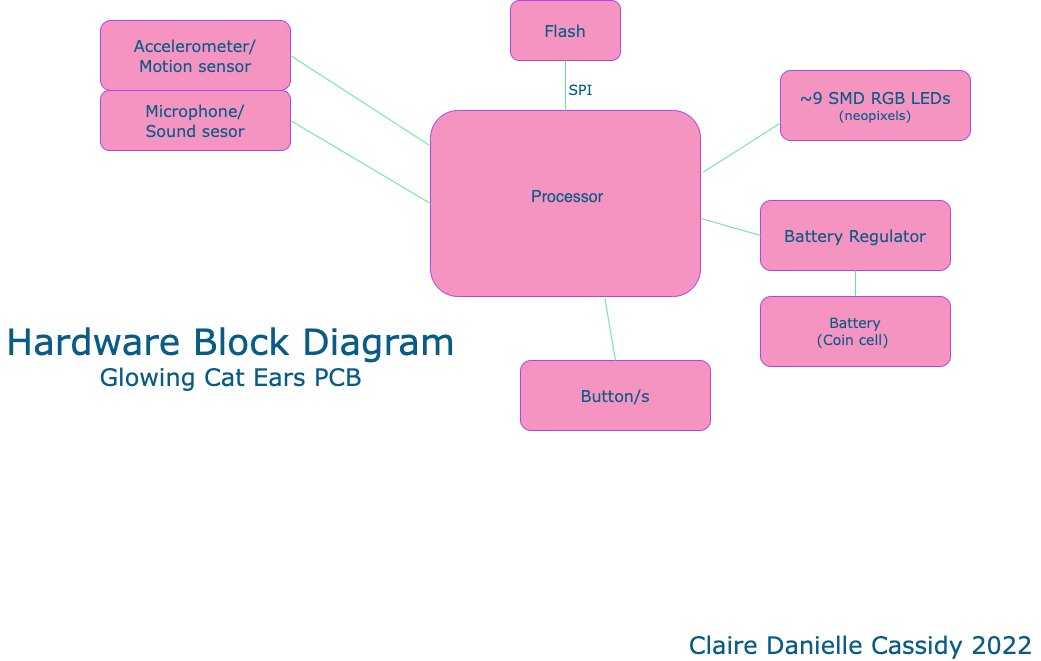
SlumberParty/claires-making-embedded-systems-coursework keeps this draw.io diagram as week-1-exercise/hardware-block-diagram-week-1.png. Above is the earlier version. Source tidied: cells renumbered, new cells last; positions are measured from the earlier drawing's top-left corner, leaving out a move shared by most shapes. The source it was exported from:
```xml
<mxGraphModel>
  <root>
    <mxCell id="0" />
    <mxCell id="1" parent="0" />
    <mxCell id="2" value="&lt;p style=&quot;text-align: center ; margin: 4px 0px 0px&quot;&gt;&lt;/p&gt;&lt;p style=&quot;text-align: center ; margin: 0px 0px 0px 4px&quot;&gt;&lt;font style=&quot;font-size: 14px&quot;&gt;&lt;br&gt;&lt;/font&gt;&lt;/p&gt;&lt;p style=&quot;text-align: center ; margin: 0px 0px 0px 4px&quot;&gt;&lt;font size=&quot;3&quot;&gt;&lt;br&gt;&lt;/font&gt;&lt;/p&gt;&lt;p style=&quot;text-align: center ; margin: 0px 0px 0px 4px&quot;&gt;&lt;font size=&quot;3&quot;&gt;&lt;br&gt;&lt;/font&gt;&lt;/p&gt;&lt;p style=&quot;text-align: center ; margin: 0px 0px 0px 4px&quot;&gt;&lt;span style=&quot;font-size: medium&quot;&gt;&lt;br&gt;&lt;/span&gt;&lt;/p&gt;&lt;p style=&quot;text-align: center ; margin: 0px 0px 0px 4px&quot;&gt;&lt;span style=&quot;font-size: medium&quot;&gt;Processor&lt;/span&gt;&lt;br&gt;&lt;/p&gt;" style="verticalAlign=top;align=left;overflow=fill;fontSize=12;fontFamily=Helvetica;html=1;rounded=1;shadow=0;comic=0;labelBackgroundColor=none;strokeWidth=1;fillColor=#F694C1;strokeColor=#AF45ED;fontColor=#095C86;" parent="1" vertex="1">
      <mxGeometry x="430" y="110" width="270" height="186" as="geometry" />
    </mxCell>
    <mxCell id="3" value="&lt;font size=&quot;3&quot;&gt;Accelerometer/&lt;br&gt;Motion sensor&lt;/font&gt;" style="rounded=1;whiteSpace=wrap;html=1;fontFamily=Verdana;fontSize=13;fillColor=#F694C1;strokeColor=#AF45ED;fontColor=#095C86;" parent="1" vertex="1">
      <mxGeometry x="100" y="20" width="190" height="70" as="geometry" />
    </mxCell>
    <mxCell id="4" style="endArrow=none;html=1;rounded=1;fontFamily=Verdana;fontSize=14;entryX=0;entryY=0.5;entryDx=0;entryDy=0;exitX=1;exitY=0.5;exitDx=0;exitDy=0;strokeColor=#60E696;fontColor=#095C86;" parent="1" edge="1" source="8" target="2">
      <mxGeometry relative="1" as="geometry" />
    </mxCell>
    <mxCell id="5" style="group;fontColor=#095C86;rounded=1;" parent="1" vertex="1">
      <mxGeometry x="560" y="80" width="40" height="20" as="geometry" />
    </mxCell>
    <mxCell id="6" style="endArrow=none;html=1;rounded=1;fontFamily=Verdana;fontSize=14;entryX=-0.005;entryY=0.186;entryDx=0;entryDy=0;entryPerimeter=0;exitX=1;exitY=0.5;exitDx=0;exitDy=0;strokeColor=#60E696;fontColor=#095C86;" parent="5" edge="1" source="3" target="2">
      <mxGeometry relative="1" as="geometry" />
    </mxCell>
    <mxCell id="7" value="SPI" style="text;html=1;align=center;verticalAlign=middle;strokeColor=none;fillColor=none;fontSize=14;fontFamily=Verdana;fontColor=#095C86;rounded=1;" parent="5" vertex="1">
      <mxGeometry width="40" height="20" as="geometry" />
    </mxCell>
    <mxCell id="8" value="&lt;font size=&quot;3&quot;&gt;Microphone/&lt;br&gt;Sound sesor&lt;br&gt;&lt;/font&gt;" style="rounded=1;whiteSpace=wrap;html=1;fontFamily=Verdana;fontSize=13;fillColor=#F694C1;strokeColor=#AF45ED;fontColor=#095C86;" parent="1" vertex="1">
      <mxGeometry x="100" y="90" width="190" height="60" as="geometry" />
    </mxCell>
    <mxCell id="9" value="&lt;font size=&quot;3&quot;&gt;Flash&lt;/font&gt;" style="rounded=1;whiteSpace=wrap;html=1;fontFamily=Verdana;fontSize=13;fillColor=#F694C1;strokeColor=#AF45ED;fontColor=#095C86;" parent="1" vertex="1">
      <mxGeometry x="510" width="110" height="60" as="geometry" />
    </mxCell>
    <mxCell id="10" value="&lt;font size=&quot;3&quot;&gt;~9 SMD RGB LEDs&lt;br&gt;&lt;/font&gt;(neopixels)" style="rounded=1;whiteSpace=wrap;html=1;fontFamily=Verdana;fontSize=13;fillColor=#F694C1;strokeColor=#AF45ED;fontColor=#095C86;" parent="1" vertex="1">
      <mxGeometry x="780" y="70" width="190" height="70" as="geometry" />
    </mxCell>
    <mxCell id="11" style="endArrow=none;html=1;rounded=1;fontFamily=Verdana;fontSize=14;entryX=0;entryY=0.75;entryDx=0;entryDy=0;exitX=1.01;exitY=0.332;exitDx=0;exitDy=0;exitPerimeter=0;strokeColor=#60E696;fontColor=#095C86;" parent="1" edge="1" source="2" target="10">
      <mxGeometry relative="1" as="geometry" />
    </mxCell>
    <mxCell id="12" style="endArrow=none;html=1;rounded=1;fontFamily=Verdana;fontSize=14;entryX=0.5;entryY=0;entryDx=0;entryDy=0;exitX=0.5;exitY=1;exitDx=0;exitDy=0;strokeColor=#60E696;fontColor=#095C86;" parent="1" edge="1" source="9" target="2">
      <mxGeometry relative="1" as="geometry" />
    </mxCell>
    <mxCell id="13" value="&lt;font size=&quot;3&quot;&gt;Battery Regulator&lt;/font&gt;" style="rounded=1;whiteSpace=wrap;html=1;fontFamily=Verdana;fontSize=13;fillColor=#F694C1;strokeColor=#AF45ED;fontColor=#095C86;" parent="1" vertex="1">
      <mxGeometry x="760" y="200" width="190" height="70" as="geometry" />
    </mxCell>
    <mxCell id="14" style="endArrow=none;html=1;rounded=1;fontFamily=Verdana;fontSize=14;entryX=0.5;entryY=1;entryDx=0;entryDy=0;exitX=0.5;exitY=0;exitDx=0;exitDy=0;strokeColor=#60E696;fontColor=#095C86;" parent="1" edge="1" source="15" target="13">
      <mxGeometry relative="1" as="geometry" />
    </mxCell>
    <mxCell id="15" value="&lt;font style=&quot;font-size: 14px&quot;&gt;Battery&lt;br&gt;(Coin cell)&amp;nbsp;&lt;/font&gt;" style="rounded=1;whiteSpace=wrap;html=1;fontFamily=Verdana;fontSize=13;fillColor=#F694C1;strokeColor=#AF45ED;fontColor=#095C86;" parent="1" vertex="1">
      <mxGeometry x="760" y="296" width="190" height="70" as="geometry" />
    </mxCell>
    <mxCell id="16" style="endArrow=none;html=1;rounded=1;fontFamily=Verdana;fontSize=14;entryX=0;entryY=0.5;entryDx=0;entryDy=0;exitX=1.003;exitY=0.581;exitDx=0;exitDy=0;exitPerimeter=0;strokeColor=#60E696;fontColor=#095C86;" parent="1" edge="1" source="2" target="13">
      <mxGeometry relative="1" as="geometry" />
    </mxCell>
    <mxCell id="17" value="&lt;font size=&quot;3&quot;&gt;Button/s&lt;/font&gt;" style="rounded=1;whiteSpace=wrap;html=1;fontFamily=Verdana;fontSize=13;fillColor=#F694C1;strokeColor=#AF45ED;fontColor=#095C86;" parent="1" vertex="1">
      <mxGeometry x="520" y="360" width="190" height="70" as="geometry" />
    </mxCell>
    <mxCell id="18" style="endArrow=none;html=1;rounded=1;fontFamily=Verdana;fontSize=14;entryX=0.5;entryY=0;entryDx=0;entryDy=0;exitX=0.646;exitY=1.011;exitDx=0;exitDy=0;exitPerimeter=0;strokeColor=#60E696;fontColor=#095C86;" parent="1" edge="1" source="2" target="17">
      <mxGeometry relative="1" as="geometry" />
    </mxCell>
    <mxCell id="19" value="&lt;font&gt;&lt;font style=&quot;font-size: 36px&quot;&gt;Hardware Block Diagram&lt;/font&gt;&lt;br&gt;&lt;font style=&quot;font-size: 24px&quot;&gt;Glowing Cat Ears PCB&lt;/font&gt;&lt;br&gt;&lt;/font&gt;" style="text;html=1;align=center;verticalAlign=middle;strokeColor=none;fillColor=none;fontSize=14;fontFamily=Verdana;fontColor=#095C86;rounded=1;" parent="1" vertex="1">
      <mxGeometry y="330" width="460" height="50" as="geometry" />
    </mxCell>
    <mxCell id="20" value="Claire Danielle Cassidy 2022" style="text;html=1;align=center;verticalAlign=middle;strokeColor=none;fillColor=none;fontSize=24;fontFamily=Verdana;fontColor=#095C86;rounded=1;" parent="1" vertex="1">
      <mxGeometry x="680" y="630" width="360" height="30" as="geometry" />
    </mxCell>
  </root>
</mxGraphModel>
```
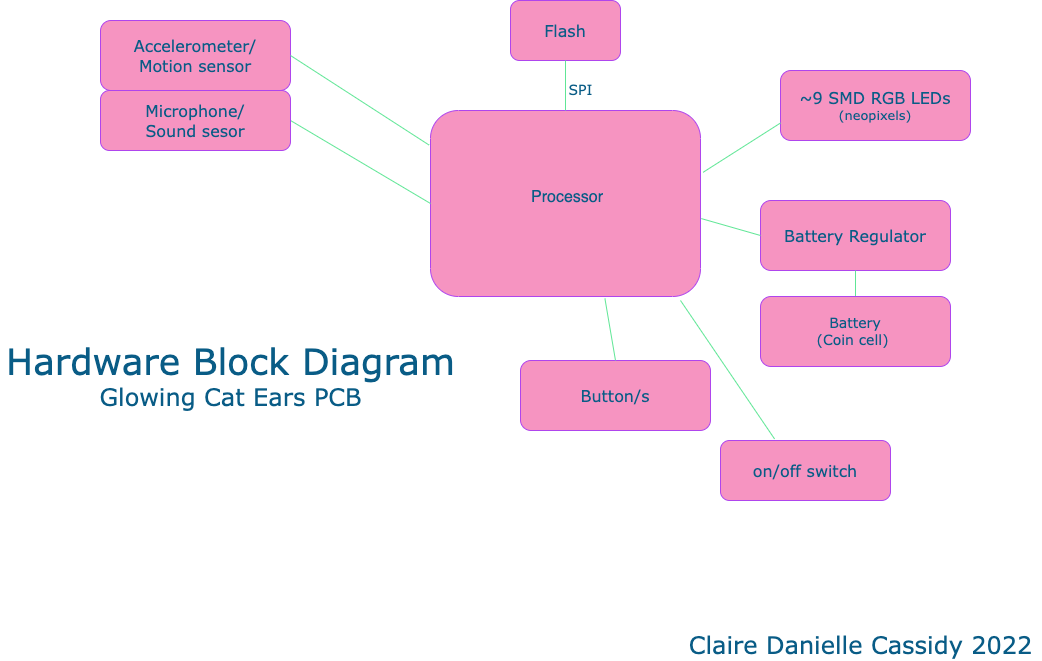
The same diagram one commit later.

The edit, as a diff of the source:
```diff
@@ -54,10 +54,18 @@
       <mxGeometry relative="1" as="geometry" />
     </mxCell>
     <mxCell id="19" value="&lt;font&gt;&lt;font style=&quot;font-size: 36px&quot;&gt;Hardware Block Diagram&lt;/font&gt;&lt;br&gt;&lt;font style=&quot;font-size: 24px&quot;&gt;Glowing Cat Ears PCB&lt;/font&gt;&lt;br&gt;&lt;/font&gt;" style="text;html=1;align=center;verticalAlign=middle;strokeColor=none;fillColor=none;fontSize=14;fontFamily=Verdana;fontColor=#095C86;rounded=1;" parent="1" vertex="1">
-      <mxGeometry y="330" width="460" height="50" as="geometry" />
+      <mxGeometry y="350" width="460" height="50" as="geometry" />
     </mxCell>
     <mxCell id="20" value="Claire Danielle Cassidy 2022" style="text;html=1;align=center;verticalAlign=middle;strokeColor=none;fillColor=none;fontSize=24;fontFamily=Verdana;fontColor=#095C86;rounded=1;" parent="1" vertex="1">
       <mxGeometry x="680" y="630" width="360" height="30" as="geometry" />
     </mxCell>
+    <mxCell id="21" value="&lt;font size=&quot;3&quot;&gt;on/off switch&lt;/font&gt;" style="rounded=1;whiteSpace=wrap;html=1;fontFamily=Verdana;fontSize=13;fillColor=#F694C1;strokeColor=#AF45ED;fontColor=#095C86;" parent="1" vertex="1">
+      <mxGeometry x="720" y="440" width="170" height="60" as="geometry" />
+    </mxCell>
+    <mxCell id="22" style="endArrow=none;html=1;rounded=1;fontFamily=Verdana;fontSize=14;entryX=0.318;entryY=-0.026;entryDx=0;entryDy=0;strokeColor=#60E696;fontColor=#095C86;entryPerimeter=0;" parent="1" edge="1" target="21">
+      <mxGeometry relative="1" as="geometry">
+        <mxPoint x="680" y="300" as="sourcePoint" />
+      </mxGeometry>
+    </mxCell>
   </root>
 </mxGraphModel>
```
